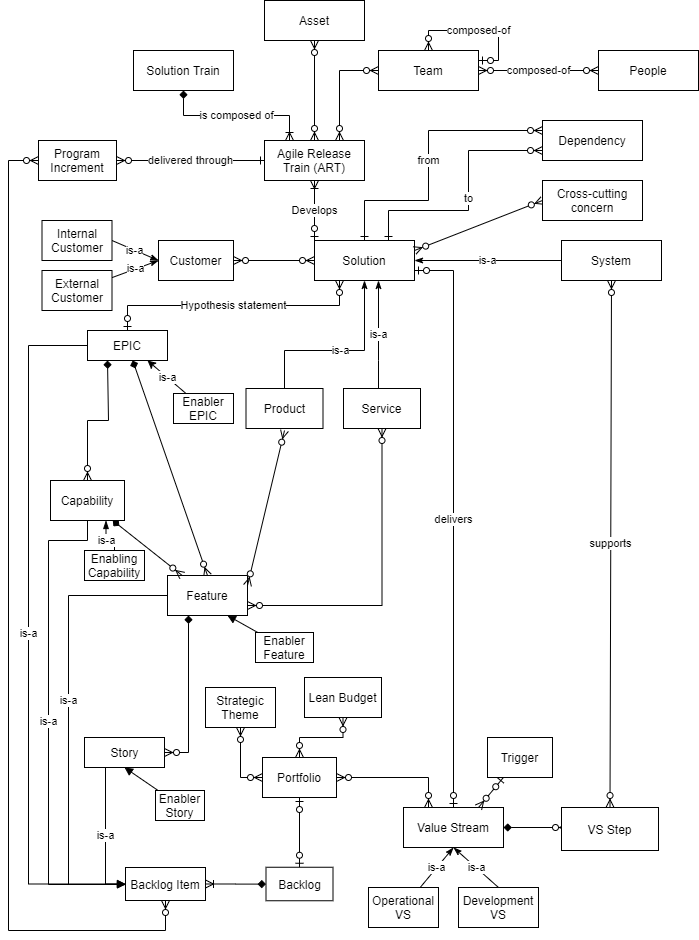
Earlier version of the draw.io export meta-model/images/SAFe Meta Model - draft.png (michelin/Continuous-Architecture-Toolkit). Source tidied: cells renumbered, new cells last; positions are measured from the earlier drawing's top-left corner, leaving out a move shared by most shapes.
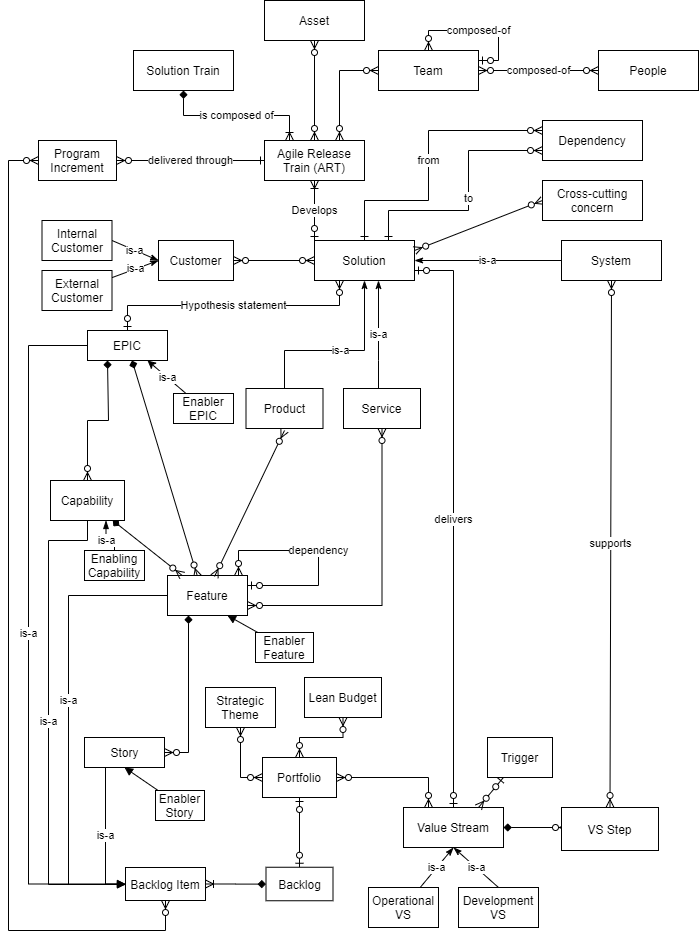
Above is the later version.

Commit message:
new meta model version

The edit, as a diff of the source:
```diff
@@ -150,7 +150,7 @@
     <mxCell id="41" value="composed-of" style="edgeStyle=orthogonalEdgeStyle;rounded=0;orthogonalLoop=1;jettySize=auto;html=1;entryX=1;entryY=0.25;entryDx=0;entryDy=0;startArrow=ERzeroToMany;startFill=1;endArrow=ERzeroToOne;endFill=1;" parent="1" edge="1" source="40" target="40">
       <mxGeometry relative="1" as="geometry" />
     </mxCell>
-    <mxCell id="42" style="rounded=0;jettySize=auto;html=1;entryX=0.5;entryY=0;entryDx=0;entryDy=0;startArrow=diamond;startFill=1;endArrow=ERzeroToMany;endFill=1;" parent="1" edge="1" source="46" target="49">
+    <mxCell id="42" style="rounded=0;jettySize=auto;html=1;entryX=0.375;entryY=0.025;entryDx=0;entryDy=0;startArrow=diamond;startFill=1;endArrow=ERzeroToMany;endFill=1;entryPerimeter=0;" parent="1" edge="1" source="46" target="49">
       <mxGeometry relative="1" as="geometry" />
     </mxCell>
     <mxCell id="43" value="is-a" style="edgeStyle=orthogonalEdgeStyle;rounded=0;jettySize=auto;html=1;entryX=0;entryY=0.5;entryDx=0;entryDy=0;startArrow=none;startFill=0;endArrow=block;endFill=1;" parent="1" edge="1" source="46" target="68">
@@ -194,7 +194,7 @@
     <mxCell id="49" value="Feature" style="whiteSpace=wrap;html=1;align=center;" parent="1" vertex="1">
       <mxGeometry x="159" y="575" width="80" height="40" as="geometry" />
     </mxCell>
-    <mxCell id="50" style="endArrow=ERzeroToMany;html=1;rounded=0;entryX=1;entryY=0.25;entryDx=0;entryDy=0;startArrow=ERzeroToMany;startFill=1;endFill=1;" parent="1" edge="1" target="49">
+    <mxCell id="50" style="endArrow=ERzeroToMany;html=1;rounded=0;entryX=0.588;entryY=0.025;entryDx=0;entryDy=0;startArrow=ERzeroToMany;startFill=1;endFill=1;entryPerimeter=0;" parent="1" edge="1" target="49">
       <mxGeometry relative="1" as="geometry">
         <mxPoint x="276" y="430" as="sourcePoint" />
       </mxGeometry>
@@ -306,5 +306,14 @@
     <mxCell id="77" value="Enabling Capability" style="whiteSpace=wrap;html=1;align=center;" parent="1" vertex="1">
       <mxGeometry x="76" y="550" width="60" height="30" as="geometry" />
     </mxCell>
+    <mxCell id="78" value="dependency" style="rounded=0;orthogonalLoop=1;jettySize=auto;html=1;edgeStyle=orthogonalEdgeStyle;exitX=1;exitY=0.25;exitDx=0;exitDy=0;endArrow=ERzeroToMany;endFill=1;startArrow=ERzeroToOne;startFill=1;" parent="1" edge="1" source="49" target="49">
+      <mxGeometry relative="1" as="geometry">
+        <Array as="points">
+          <mxPoint x="310" y="585" />
+          <mxPoint x="310" y="550" />
+          <mxPoint x="230" y="550" />
+        </Array>
+      </mxGeometry>
+    </mxCell>
   </root>
 </mxGraphModel>
```
